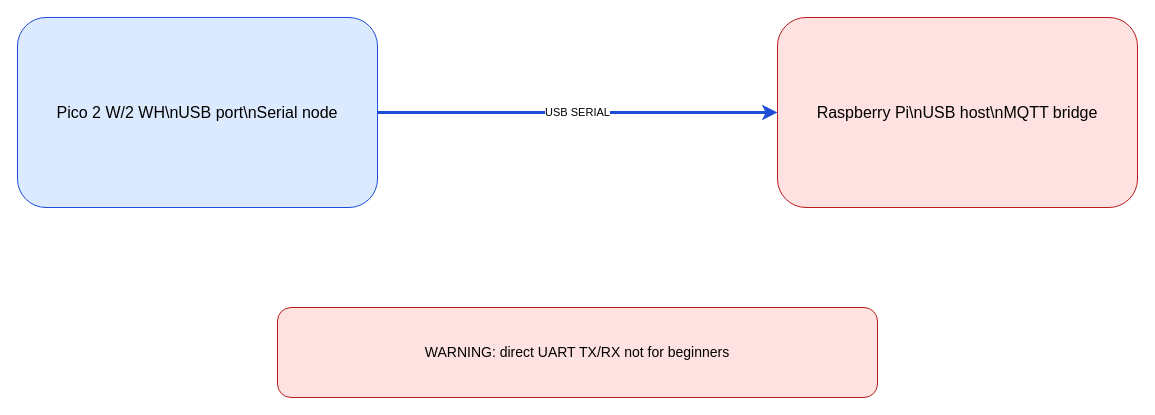
atkinart/train-manager keeps this draw.io diagram as docs/electrical/diagrams/pico-rpi-serial.drawio. Above is the earlier version. Source tidied: cells renumbered, new cells numbered last; positions are measured from the earlier drawing's top-left corner, leaving out a move shared by most shapes. Both pictures are drawn from the tidied source at 100%, with x=0, y=0 at pixel (17, 17).
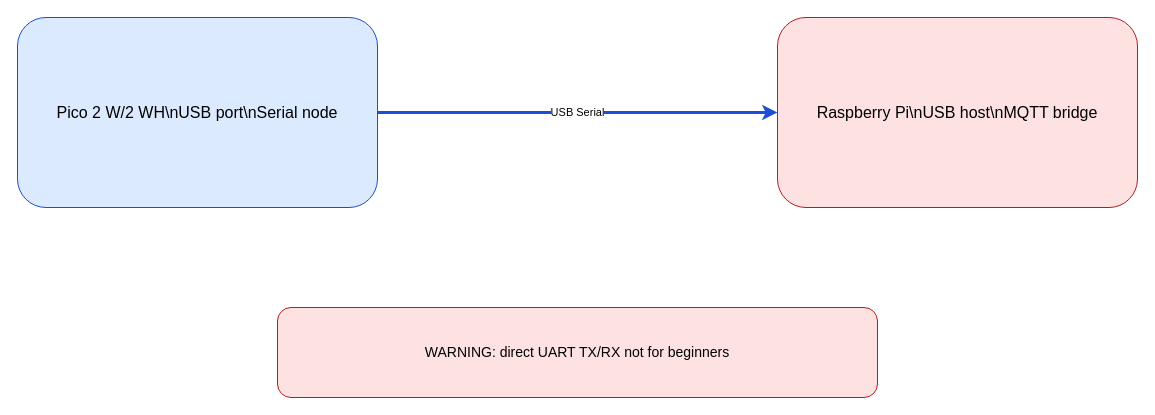
Above is the later version.

Change to the diagram source:
```diff
@@
 <mxGraphModel>
   <root>
     <mxCell id="0" />
     <mxCell id="1" parent="0" />
     <mxCell id="2" value="Pico 2 W/2 WH\nUSB port\nSerial node" style="rounded=1;whiteSpace=wrap;html=1;fillColor=#dbeafe;strokeColor=#1d4ed8;fontSize=16;" parent="1" vertex="1">
       <mxGeometry width="360" height="190" as="geometry" />
     </mxCell>
     <mxCell id="3" value="Raspberry Pi\nUSB host\nMQTT bridge" style="rounded=1;whiteSpace=wrap;html=1;fillColor=#fee2e2;strokeColor=#b91c1c;fontSize=16;" parent="1" vertex="1">
       <mxGeometry x="760" width="360" height="190" as="geometry" />
     </mxCell>
-    <mxCell id="4" value="USB SERIAL" style="edgeStyle=orthogonalEdgeStyle;rounded=0;jettySize=auto;html=1;strokeColor=#1d4ed8;strokeWidth=3;" parent="1" edge="1" source="2" target="3">
+    <mxCell id="4" value="USB Serial" style="edgeStyle=orthogonalEdgeStyle;rounded=0;jettySize=auto;html=1;strokeColor=#1d4ed8;strokeWidth=3;" parent="1" edge="1" source="2" target="3">
       <mxGeometry relative="1" as="geometry" />
     </mxCell>
     <mxCell id="5" value="WARNING: direct UART TX/RX not for beginners" style="rounded=1;whiteSpace=wrap;html=1;fillColor=#fee2e2;strokeColor=#b91c1c;fontSize=14;" parent="1" vertex="1">
       <mxGeometry x="260" y="290" width="600" height="90" as="geometry" />
     </mxCell>
   </root>
 </mxGraphModel>
```
